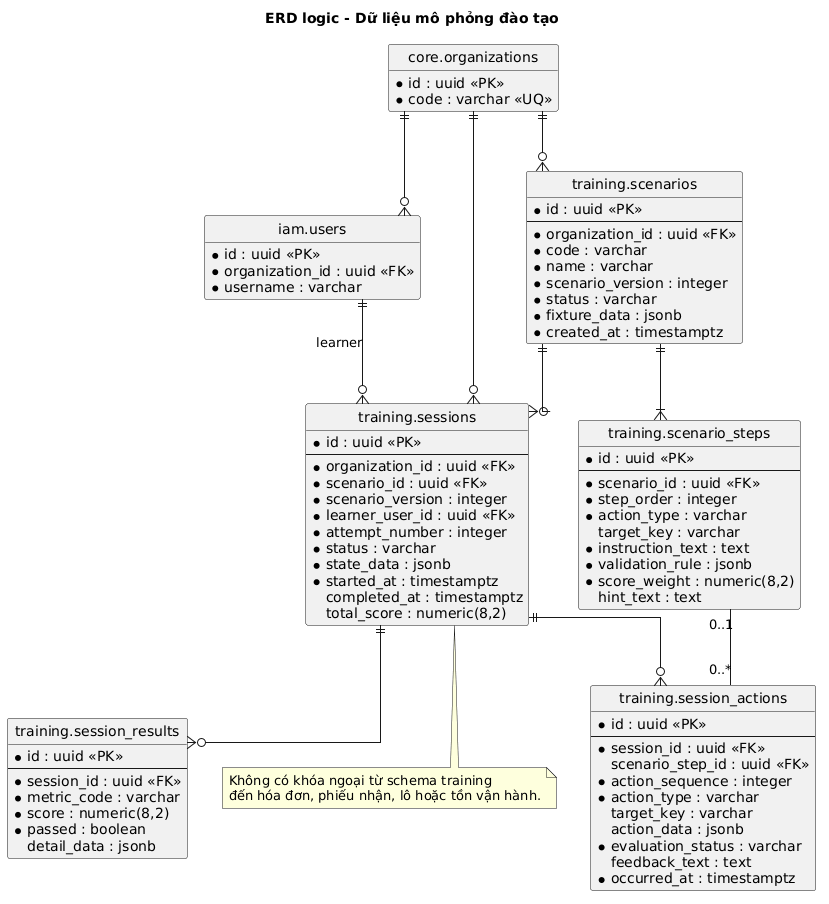
Earlier version of the PlantUML export docs/architecture/database/diagrams/erd-training.png (zomboXx/bach-hoa-sim-tim).
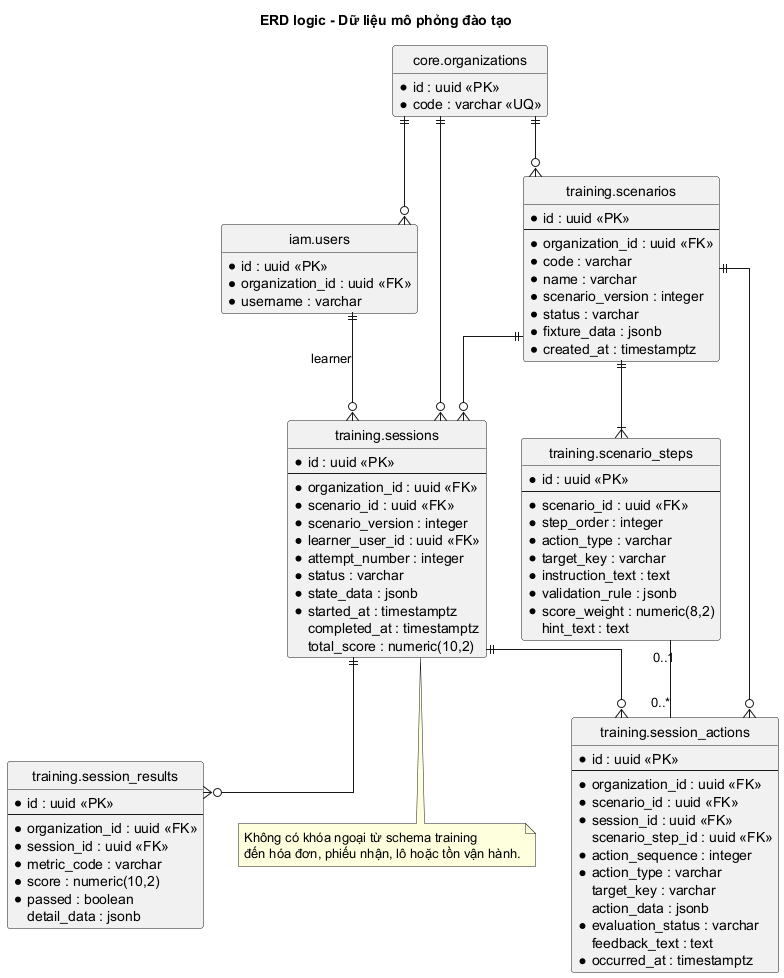
Above is the later version.

Change to the diagram source:
```diff
@@ -39,7 +39,7 @@
   * scenario_id : uuid <<FK>>
   * step_order : integer
   * action_type : varchar
-  target_key : varchar
+  * target_key : varchar
   * instruction_text : text
   * validation_rule : jsonb
   * score_weight : numeric(8,2)
@@ -58,12 +58,14 @@
   * state_data : jsonb
   * started_at : timestamptz
   completed_at : timestamptz
-  total_score : numeric(8,2)
+  total_score : numeric(10,2)
 }
 
 entity "training.session_actions" as sessionAction {
   * id : uuid <<PK>>
   --
+  * organization_id : uuid <<FK>>
+  * scenario_id : uuid <<FK>>
   * session_id : uuid <<FK>>
   scenario_step_id : uuid <<FK>>
   * action_sequence : integer
@@ -78,9 +80,10 @@
 entity "training.session_results" as sessionResult {
   * id : uuid <<PK>>
   --
+  * organization_id : uuid <<FK>>
   * session_id : uuid <<FK>>
   * metric_code : varchar
-  * score : numeric(8,2)
+  * score : numeric(10,2)
   * passed : boolean
   detail_data : jsonb
 }
@@ -90,6 +93,7 @@
 organizations ||--o{ trainingSession
 scenarios ||--|{ scenario_steps
 scenarios ||--o{ trainingSession
+scenarios ||--o{ sessionAction
 users ||--o{ trainingSession : learner
 trainingSession ||--o{ sessionAction
 scenario_steps "0..1" -- "0..*" sessionAction
```
